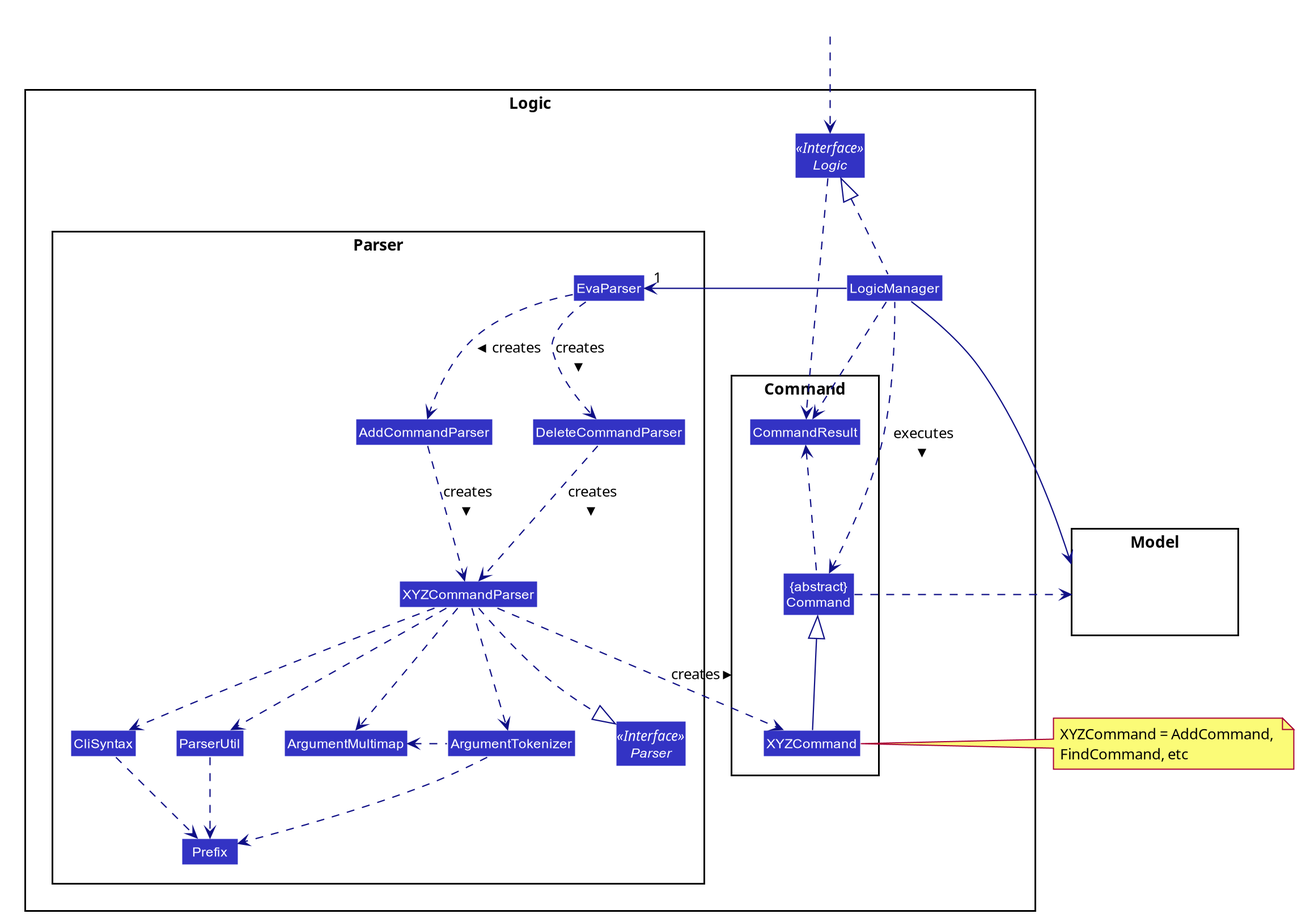
Before: docs/images/LogicClassDiagram.png, a diagram exported from PlantUML (nus-cs2103-AY2021S1/tp).
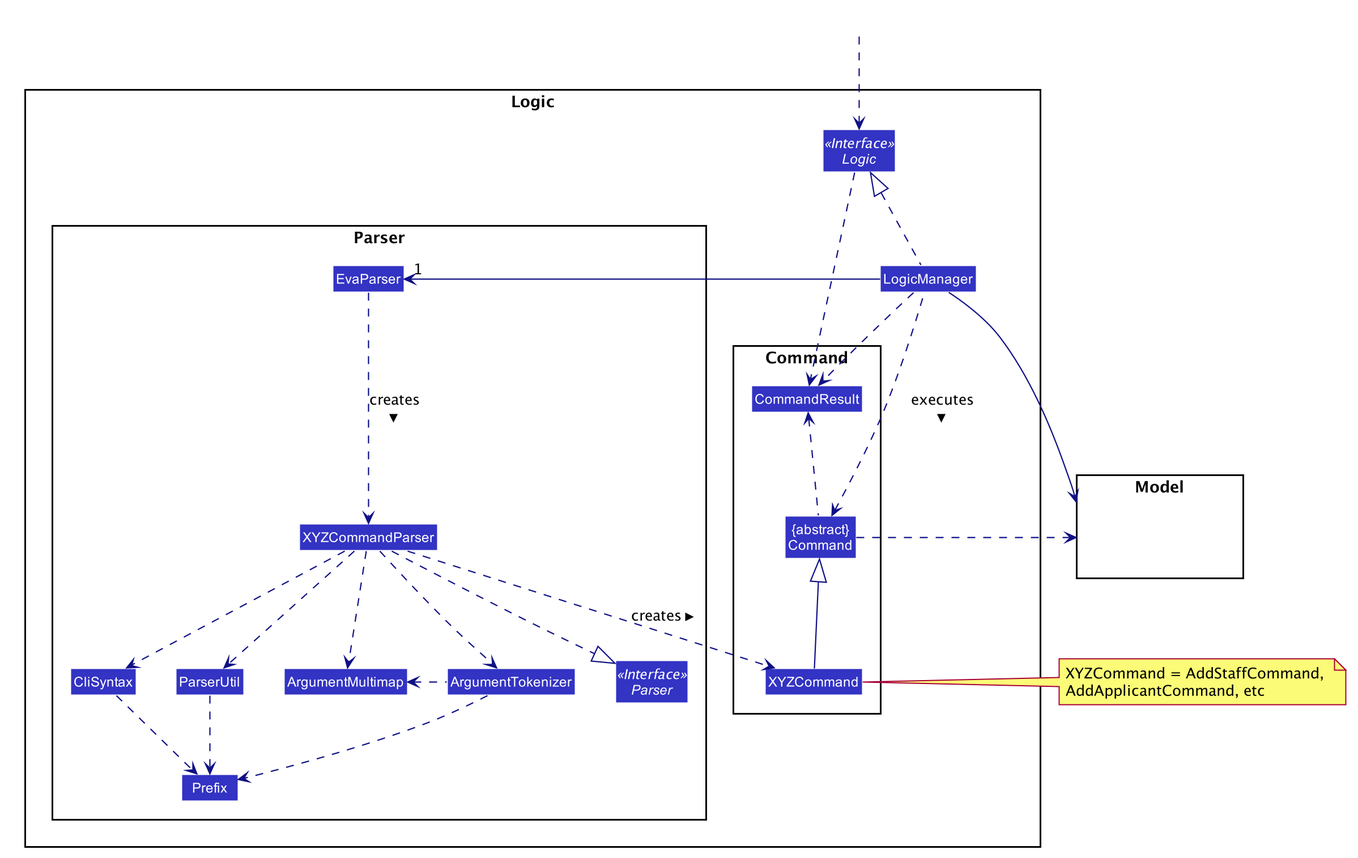
The same diagram one commit later.

What changed in the source:
```diff
@@ -57,8 +57,6 @@
 package Parser {
 Interface Parser <<Interface>>
 Class EvaParser
-Class AddCommandParser
-Class DeleteCommandParser
 Class XYZCommandParser
 Class CliSyntax
 Class ParserUtil
@@ -85,11 +83,8 @@
 HiddenOutside ..> Logic
 
 LogicManager .up.|> Logic
-LogicManager -->"1" EvaParser
-EvaParser ..> AddCommandParser: creates >
-EvaParser ..> DeleteCommandParser: creates >
-AddCommandParser ..> XYZCommandParser: creates >
-DeleteCommandParser ..> XYZCommandParser: creates >
+LogicManager ------->"1" EvaParser
+EvaParser .down..> XYZCommandParser: creates >
 
 
 
@@ -108,7 +103,7 @@
 
 LogicManager --> Model
 Command .right.> Model
-note right of XYZCommand: XYZCommand = AddCommand, \nFindCommand, etc
+note right of XYZCommand: XYZCommand = AddStaffCommand, \nAddApplicantCommand, etc
 
 Logic ..> CommandResult
 LogicManager .down.> CommandResult
```
